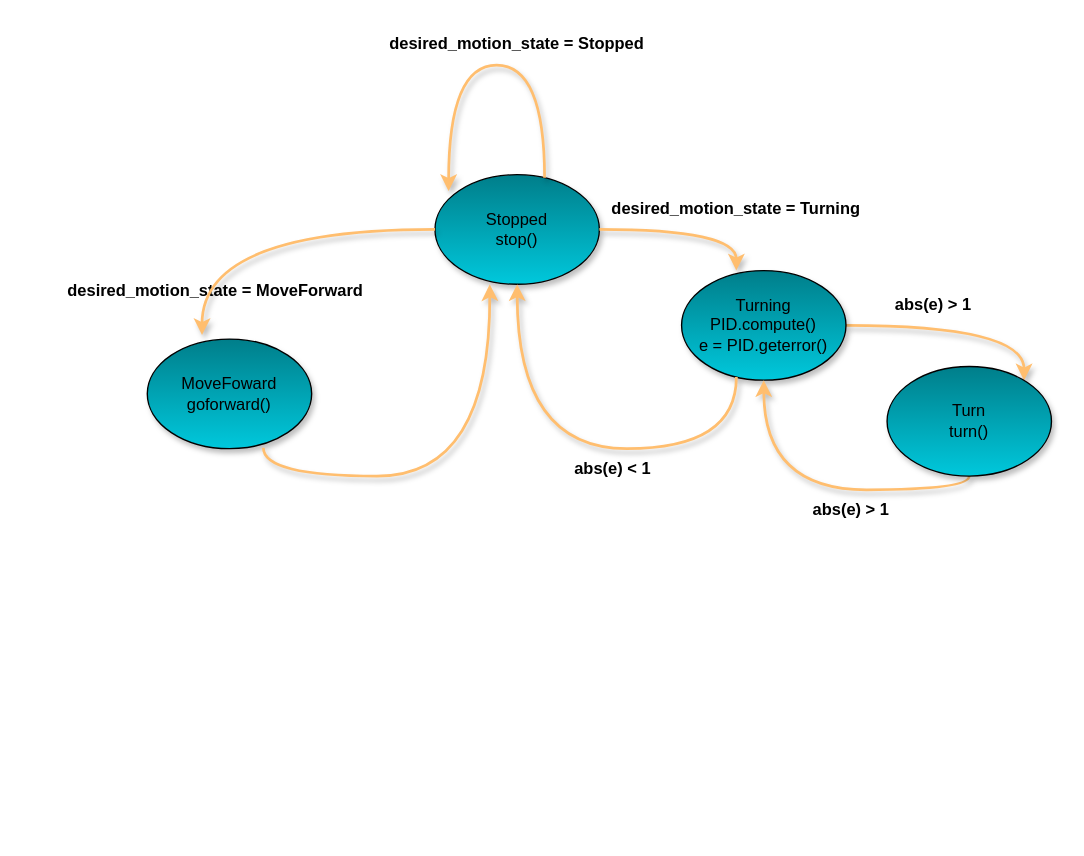
Above: Diagrams/UML/Loopcontroller.drawio in mekuro9/PWAO-CSU (draw.io), before the change. Source tidied: cells renumbered, new cells numbered last; positions are measured from the earlier drawing's top-left corner, leaving out a move shared by most shapes. Both pictures are drawn from the tidied source at 137%, with x=0, y=0 at pixel (64, 23).
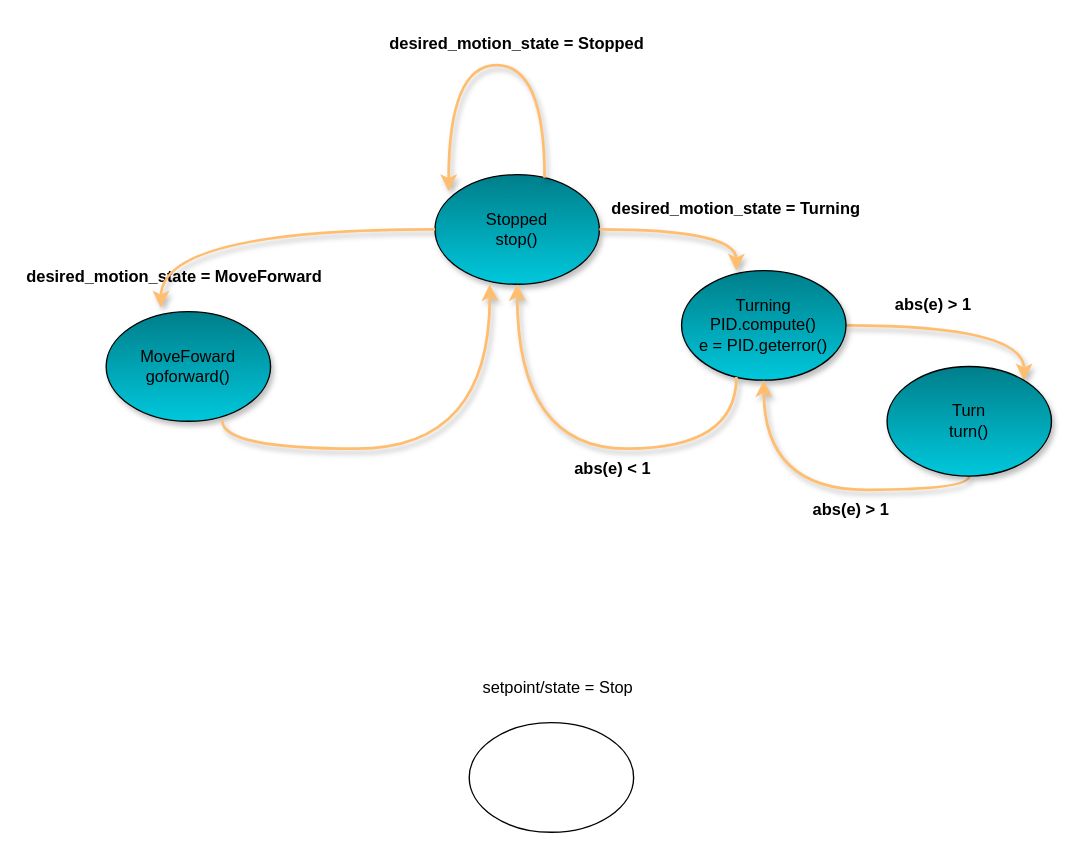
Above is the later version.

Diff of the diagram source:
```diff
@@
     <mxCell id="13" value="&lt;div&gt;MoveFoward&lt;/div&gt;&lt;div&gt;goforward()&lt;br&gt;&lt;/div&gt;" style="ellipse;whiteSpace=wrap;html=1;fillColor=#007e8a;gradientColor=#00c8dc;shadow=1;" parent="1" vertex="1">
-      <mxGeometry x="60" y="230" width="120" height="80" as="geometry" />
+      <mxGeometry x="30" y="210" width="120" height="80" as="geometry" />
     </mxCell>
     <mxCell id="14" value="&lt;b&gt;desired_motion_state = MoveForward&lt;/b&gt;" style="text;html=1;align=center;verticalAlign=middle;whiteSpace=wrap;rounded=0;" parent="1" vertex="1">
-      <mxGeometry y="180" width="220" height="30" as="geometry" />
+      <mxGeometry x="-30" y="170" width="220" height="30" as="geometry" />
     </mxCell>
@@
+    <mxCell id="19" style="ellipse;whiteSpace=wrap;html=1;" parent="1" vertex="1">
+      <mxGeometry x="295" y="510" width="120" height="80" as="geometry" />
+    </mxCell>
+    <mxCell id="20" value="setpoint/state = Stop" style="text;html=1;align=center;verticalAlign=middle;whiteSpace=wrap;rounded=0;" parent="1" vertex="1">
+      <mxGeometry x="300" y="470" width="120" height="30" as="geometry" />
+    </mxCell>
```
